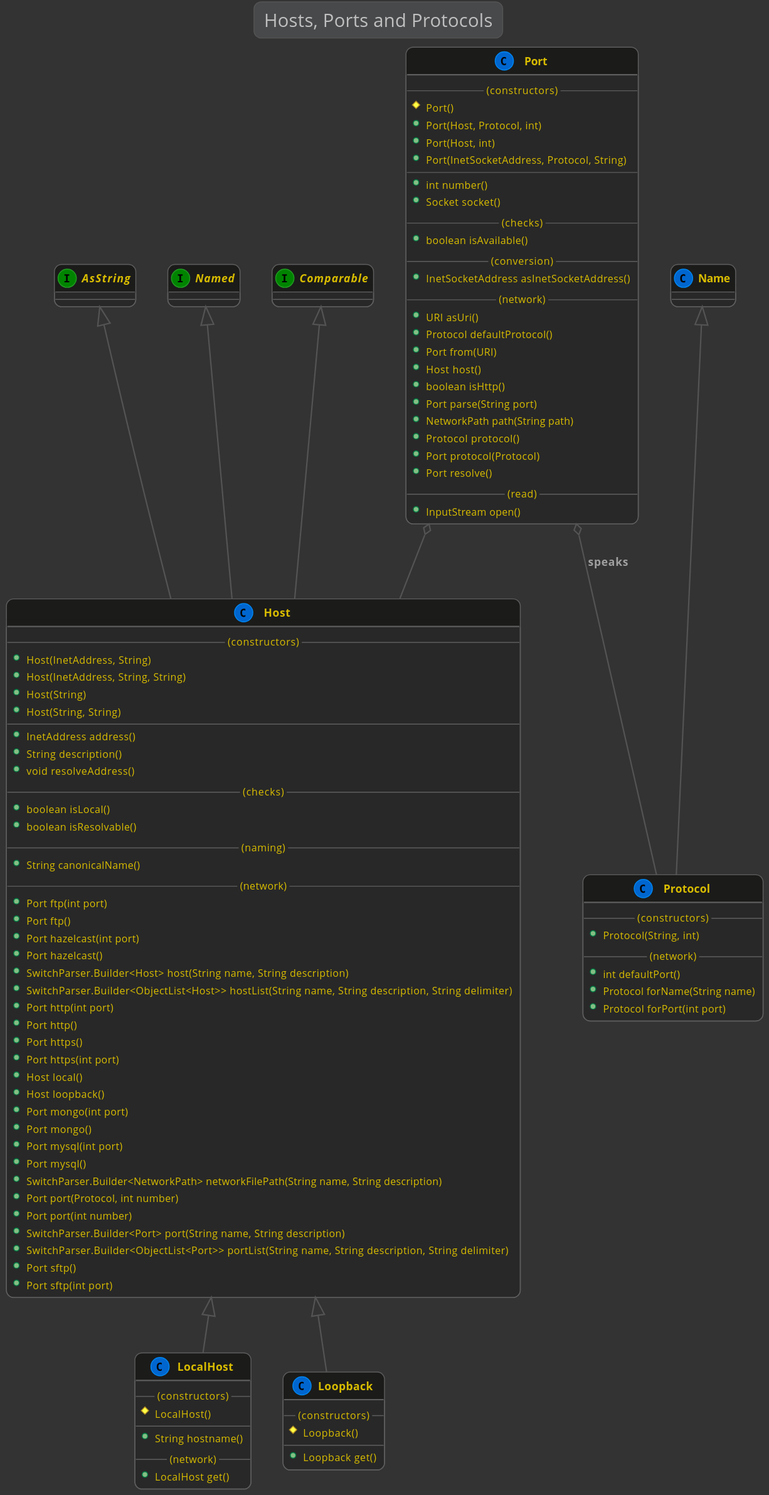
Telenav/kivakit keeps this PlantUML diagram as kivakit-core/network/core/documentation/diagrams/diagram-port.svg. Above is the earlier version.
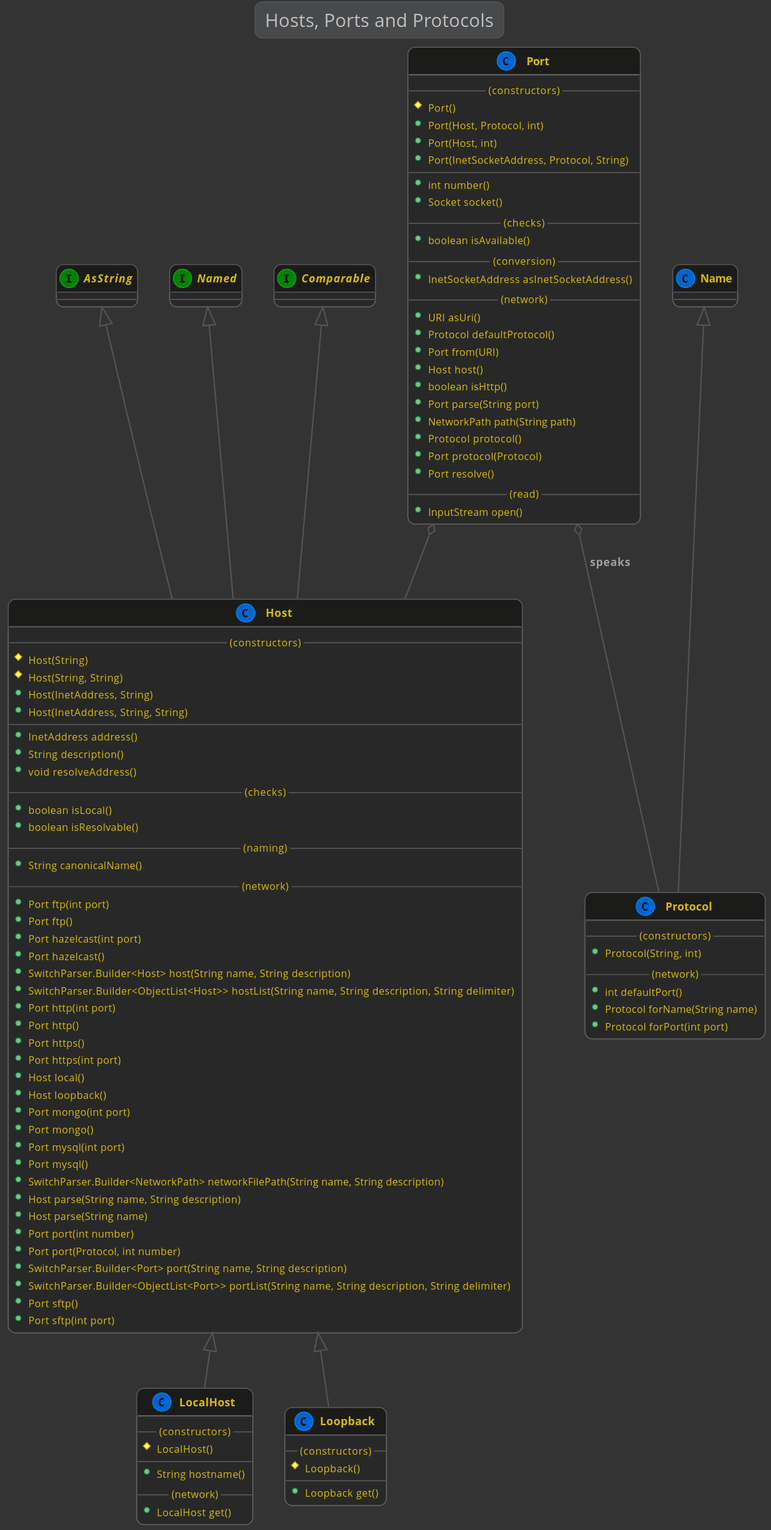
The same diagram one commit later.

Change to the diagram source:
```diff
@@ -14,10 +14,10 @@
     class Host
     {
         --(constructors)--
+        #Host(String)
+        #Host(String, String)
         +Host(InetAddress, String)
         +Host(InetAddress, String, String)
-        +Host(String)
-        +Host(String, String)
         --
         +InetAddress address()
         +String description()
@@ -45,8 +45,10 @@
         +Port mysql(int port)
         +Port mysql()
         +SwitchParser.Builder<NetworkPath> networkFilePath(String name, String description)
+        +Host parse(String name, String description)
+        +Host parse(String name)
+        +Port port(int number)
         +Port port(Protocol, int number)
-        +Port port(int number)
         +SwitchParser.Builder<Port> port(String name, String description)
         +SwitchParser.Builder<ObjectList<Port>> portList(String name, String description, String delimiter)
         +Port sftp()
```
